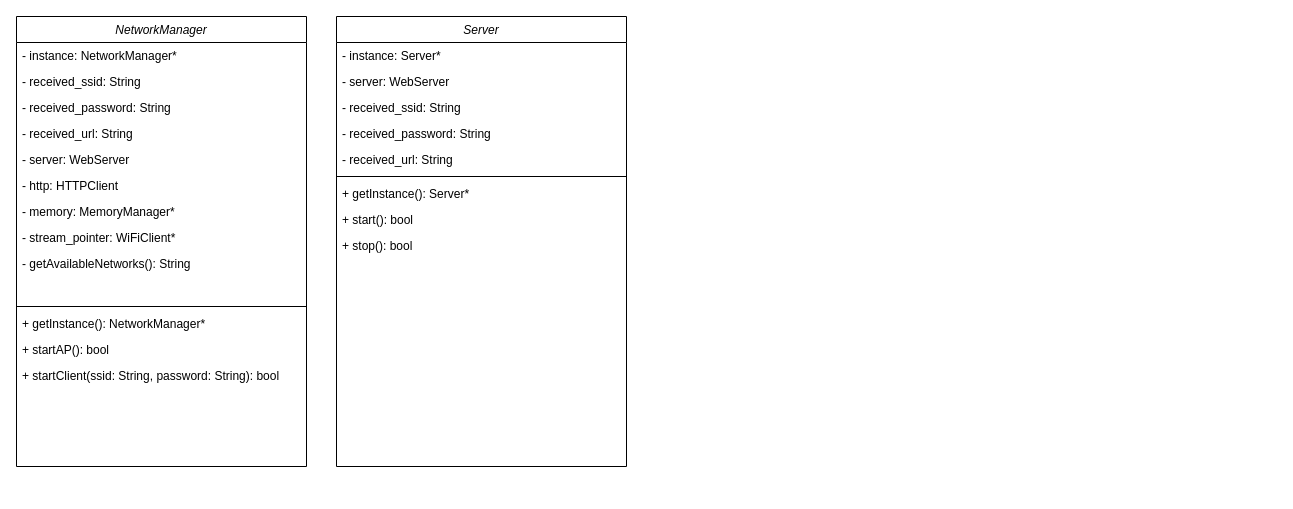
Before: Dokumente/Microcontroller_UML.drawio in nicolang-dev/DA_Lang-Immler, a draw.io diagram. Source tidied: cells renumbered, new cells numbered last; positions are measured from the earlier drawing's top-left corner, leaving out a move shared by most shapes. Both pictures are drawn from the tidied source at 100%, with x=0, y=0 at pixel (16, 16).
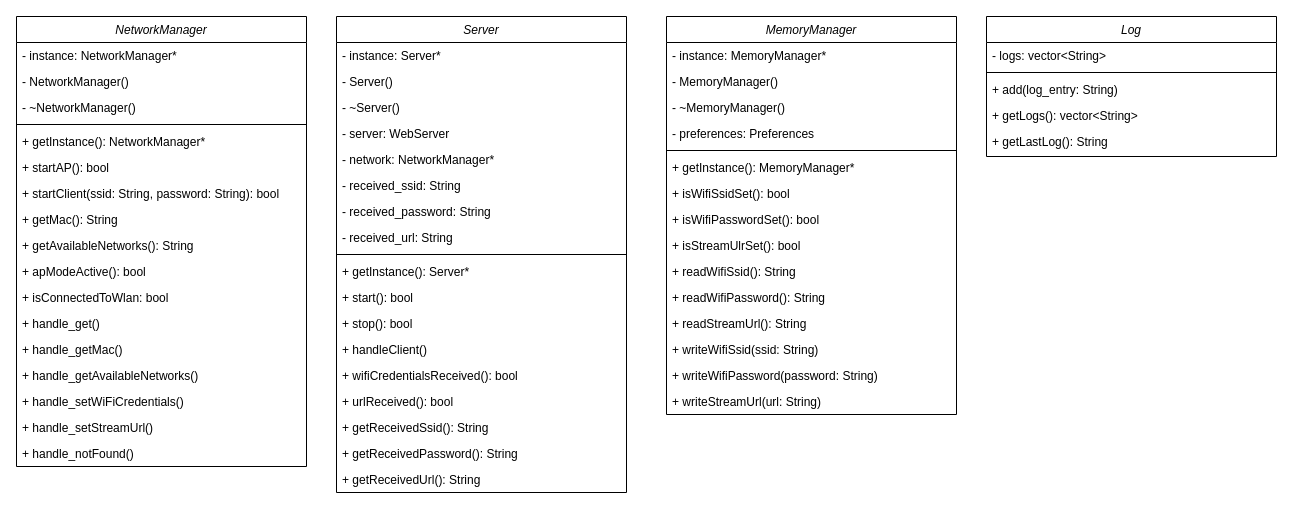
Above is the later version.

Unchanged cells that the change refers to:
```xml
<mxCell id="2" value="NetworkManager" style="swimlane;fontStyle=2;align=center;verticalAlign=top;horizontal=1;startSize=26;rounded=0;shadow=0;strokeWidth=1;" parent="1" vertex="1">
  <mxGeometry width="290" height="450" as="geometry" />
</mxCell>
```

Change to the diagram source:
```diff
@@
-    <mxCell id="4" value="- received_ssid: String" style="text;align=left;verticalAlign=top;spacingLeft=4;spacingRight=4;overflow=hidden;rounded=0;shadow=0;html=0;" parent="2" vertex="1">
-      <mxGeometry y="52" width="290" height="26" as="geometry" />
-    </mxCell>
-    <mxCell id="5" value="- received_password: String" style="text;align=left;verticalAlign=top;spacingLeft=4;spacingRight=4;overflow=hidden;rounded=0;shadow=0;html=0;" parent="2" vertex="1">
-      <mxGeometry y="78" width="290" height="26" as="geometry" />
-    </mxCell>
-    <mxCell id="6" value="- received_url: String" style="text;align=left;verticalAlign=top;spacingLeft=4;spacingRight=4;overflow=hidden;rounded=0;shadow=0;html=0;" parent="2" vertex="1">
-      <mxGeometry y="104" width="290" height="26" as="geometry" />
-    </mxCell>
-    <mxCell id="7" value="- server: WebServer" style="text;align=left;verticalAlign=top;spacingLeft=4;spacingRight=4;overflow=hidden;rounded=0;shadow=0;html=0;" parent="2" vertex="1">
-      <mxGeometry y="130" width="290" height="26" as="geometry" />
-    </mxCell>
-    <mxCell id="8" value="- http: HTTPClient" style="text;align=left;verticalAlign=top;spacingLeft=4;spacingRight=4;overflow=hidden;rounded=0;shadow=0;html=0;" parent="2" vertex="1">
-      <mxGeometry y="156" width="290" height="26" as="geometry" />
-    </mxCell>
-    <mxCell id="9" value="- memory: MemoryManager*" style="text;align=left;verticalAlign=top;spacingLeft=4;spacingRight=4;overflow=hidden;rounded=0;shadow=0;html=0;" parent="2" vertex="1">
-      <mxGeometry y="182" width="290" height="26" as="geometry" />
-    </mxCell>
-    <mxCell id="10" value="- stream_pointer: WiFiClient*" style="text;align=left;verticalAlign=top;spacingLeft=4;spacingRight=4;overflow=hidden;rounded=0;shadow=0;html=0;" parent="2" vertex="1">
-      <mxGeometry y="208" width="290" height="26" as="geometry" />
-    </mxCell>
-    <mxCell id="11" value="- getAvailableNetworks(): String" style="text;align=left;verticalAlign=top;spacingLeft=4;spacingRight=4;overflow=hidden;rounded=0;shadow=0;html=0;" parent="2" vertex="1">
-      <mxGeometry y="234" width="290" height="26" as="geometry" />
-    </mxCell>
-    <mxCell id="12" style="text;align=left;verticalAlign=top;spacingLeft=4;spacingRight=4;overflow=hidden;rounded=0;shadow=0;html=0;" parent="2" vertex="1">
-      <mxGeometry y="260" width="290" height="26" as="geometry" />
-    </mxCell>
+    <mxCell id="29" value="- NetworkManager()" style="text;align=left;verticalAlign=top;spacingLeft=4;spacingRight=4;overflow=hidden;rounded=0;shadow=0;html=0;" parent="2" vertex="1">
+      <mxGeometry y="52" width="290" height="26" as="geometry" />
+    </mxCell>
+    <mxCell id="30" value="- ~NetworkManager()" style="text;align=left;verticalAlign=top;spacingLeft=4;spacingRight=4;overflow=hidden;rounded=0;shadow=0;html=0;" parent="2" vertex="1">
+      <mxGeometry y="78" width="290" height="26" as="geometry" />
+    </mxCell>
     <mxCell id="13" style="line;html=1;strokeWidth=1;align=left;verticalAlign=middle;spacingTop=-1;spacingLeft=3;spacingRight=3;labelPosition=right;" parent="2" vertex="1">
-      <mxGeometry y="286" width="290" height="8" as="geometry" />
+      <mxGeometry y="104" width="290" height="8" as="geometry" />
     </mxCell>
     <mxCell id="14" value="+ getInstance(): NetworkManager*" style="text;align=left;verticalAlign=top;spacingLeft=4;spacingRight=4;overflow=hidden;" parent="2" vertex="1">
-      <mxGeometry y="294" width="290" height="26" as="geometry" />
+      <mxGeometry y="112" width="290" height="26" as="geometry" />
     </mxCell>
     <mxCell id="15" value="+ startAP(): bool" style="text;align=left;verticalAlign=top;spacingLeft=4;spacingRight=4;overflow=hidden;" parent="2" vertex="1">
-      <mxGeometry y="320" width="290" height="26" as="geometry" />
+      <mxGeometry y="138" width="290" height="26" as="geometry" />
     </mxCell>
     <mxCell id="16" value="+ startClient(ssid: String, password: String): bool" style="text;align=left;verticalAlign=top;spacingLeft=4;spacingRight=4;overflow=hidden;" parent="2" vertex="1">
-      <mxGeometry y="346" width="290" height="26" as="geometry" />
+      <mxGeometry y="164" width="290" height="26" as="geometry" />
     </mxCell>
-    <mxCell id="17" style="text;align=left;verticalAlign=top;spacingLeft=4;spacingRight=4;overflow=hidden;" parent="2" vertex="1">
-      <mxGeometry y="372" width="290" height="26" as="geometry" />
+    <mxCell id="17" value="+ getMac(): String" style="text;align=left;verticalAlign=top;spacingLeft=4;spacingRight=4;overflow=hidden;" parent="2" vertex="1">
+      <mxGeometry y="190" width="290" height="26" as="geometry" />
     </mxCell>
+    <mxCell id="31" value="+ getAvailableNetworks(): String" style="text;align=left;verticalAlign=top;spacingLeft=4;spacingRight=4;overflow=hidden;" parent="2" vertex="1">
+      <mxGeometry y="216" width="290" height="26" as="geometry" />
+    </mxCell>
+    <mxCell id="32" value="+ apModeActive(): bool" style="text;align=left;verticalAlign=top;spacingLeft=4;spacingRight=4;overflow=hidden;" parent="2" vertex="1">
+      <mxGeometry y="242" width="290" height="26" as="geometry" />
+    </mxCell>
+    <mxCell id="33" value="+ isConnectedToWlan: bool" style="text;align=left;verticalAlign=top;spacingLeft=4;spacingRight=4;overflow=hidden;" parent="2" vertex="1">
+      <mxGeometry y="268" width="290" height="26" as="geometry" />
+    </mxCell>
+    <mxCell id="34" value="+ handle_get()" style="text;align=left;verticalAlign=top;spacingLeft=4;spacingRight=4;overflow=hidden;" parent="2" vertex="1">
+      <mxGeometry y="294" width="290" height="26" as="geometry" />
+    </mxCell>
+    <mxCell id="35" value="+ handle_getMac()" style="text;align=left;verticalAlign=top;spacingLeft=4;spacingRight=4;overflow=hidden;" parent="2" vertex="1">
+      <mxGeometry y="320" width="290" height="26" as="geometry" />
+    </mxCell>
+    <mxCell id="36" value="+ handle_getAvailableNetworks()" style="text;align=left;verticalAlign=top;spacingLeft=4;spacingRight=4;overflow=hidden;" parent="2" vertex="1">
+      <mxGeometry y="346" width="290" height="26" as="geometry" />
+    </mxCell>
+    <mxCell id="37" value="+ handle_setWiFiCredentials()" style="text;align=left;verticalAlign=top;spacingLeft=4;spacingRight=4;overflow=hidden;" parent="2" vertex="1">
+      <mxGeometry y="372" width="290" height="26" as="geometry" />
+    </mxCell>
+    <mxCell id="38" value="+ handle_setStreamUrl()" style="text;align=left;verticalAlign=top;spacingLeft=4;spacingRight=4;overflow=hidden;" parent="2" vertex="1">
+      <mxGeometry y="398" width="290" height="26" as="geometry" />
+    </mxCell>
+    <mxCell id="39" value="+ handle_notFound()" style="text;align=left;verticalAlign=top;spacingLeft=4;spacingRight=4;overflow=hidden;" parent="2" vertex="1">
+      <mxGeometry y="424" width="290" height="26" as="geometry" />
+    </mxCell>
     <mxCell id="18" value="Server" style="swimlane;fontStyle=2;align=center;verticalAlign=top;horizontal=1;startSize=26;rounded=0;shadow=0;strokeWidth=1;" parent="1" vertex="1">
-      <mxGeometry x="320" width="290" height="450" as="geometry" />
+      <mxGeometry x="320" width="290" height="476" as="geometry" />
     </mxCell>
@@
+    <mxCell id="40" value="- Server()" style="text;align=left;verticalAlign=top;spacingLeft=4;spacingRight=4;overflow=hidden;rounded=0;shadow=0;html=0;" parent="18" vertex="1">
+      <mxGeometry y="52" width="290" height="26" as="geometry" />
+    </mxCell>
+    <mxCell id="41" value="- ~Server()" style="text;align=left;verticalAlign=top;spacingLeft=4;spacingRight=4;overflow=hidden;rounded=0;shadow=0;html=0;" parent="18" vertex="1">
+      <mxGeometry y="78" width="290" height="26" as="geometry" />
+    </mxCell>
     <mxCell id="20" value="- server: WebServer" style="text;align=left;verticalAlign=top;spacingLeft=4;spacingRight=4;overflow=hidden;rounded=0;shadow=0;html=0;" parent="18" vertex="1">
-      <mxGeometry y="52" width="290" height="26" as="geometry" />
+      <mxGeometry y="104" width="290" height="26" as="geometry" />
     </mxCell>
+    <mxCell id="42" value="- network: NetworkManager*" style="text;align=left;verticalAlign=top;spacingLeft=4;spacingRight=4;overflow=hidden;rounded=0;shadow=0;html=0;" parent="18" vertex="1">
+      <mxGeometry y="130" width="290" height="26" as="geometry" />
+    </mxCell>
     <mxCell id="21" value="- received_ssid: String" style="text;align=left;verticalAlign=top;spacingLeft=4;spacingRight=4;overflow=hidden;rounded=0;shadow=0;html=0;" parent="18" vertex="1">
-      <mxGeometry y="78" width="290" height="26" as="geometry" />
+      <mxGeometry y="156" width="290" height="26" as="geometry" />
     </mxCell>
     <mxCell id="22" value="- received_password: String" style="text;align=left;verticalAlign=top;spacingLeft=4;spacingRight=4;overflow=hidden;rounded=0;shadow=0;html=0;" parent="18" vertex="1">
-      <mxGeometry y="104" width="290" height="26" as="geometry" />
+      <mxGeometry y="182" width="290" height="26" as="geometry" />
     </mxCell>
     <mxCell id="23" value="- received_url: String" style="text;align=left;verticalAlign=top;spacingLeft=4;spacingRight=4;overflow=hidden;rounded=0;shadow=0;html=0;" parent="18" vertex="1">
-      <mxGeometry y="130" width="290" height="26" as="geometry" />
+      <mxGeometry y="208" width="290" height="26" as="geometry" />
     </mxCell>
     <mxCell id="24" style="line;html=1;strokeWidth=1;align=left;verticalAlign=middle;spacingTop=-1;spacingLeft=3;spacingRight=3;labelPosition=right;" parent="18" vertex="1">
-      <mxGeometry y="156" width="290" height="8" as="geometry" />
+      <mxGeometry y="234" width="290" height="8" as="geometry" />
     </mxCell>
     <mxCell id="25" value="+ getInstance(): Server*" style="text;align=left;verticalAlign=top;spacingLeft=4;spacingRight=4;overflow=hidden;" parent="18" vertex="1">
-      <mxGeometry y="164" width="290" height="26" as="geometry" />
+      <mxGeometry y="242" width="290" height="26" as="geometry" />
     </mxCell>
     <mxCell id="26" value="+ start(): bool" style="text;align=left;verticalAlign=top;spacingLeft=4;spacingRight=4;overflow=hidden;" parent="18" vertex="1">
-      <mxGeometry y="190" width="290" height="26" as="geometry" />
+      <mxGeometry y="268" width="290" height="26" as="geometry" />
     </mxCell>
     <mxCell id="27" value="+ stop(): bool" style="text;align=left;verticalAlign=top;spacingLeft=4;spacingRight=4;overflow=hidden;" parent="18" vertex="1">
-      <mxGeometry y="216" width="290" height="26" as="geometry" />
+      <mxGeometry y="294" width="290" height="26" as="geometry" />
     </mxCell>
-    <mxCell id="28" style="text;align=left;verticalAlign=top;spacingLeft=4;spacingRight=4;overflow=hidden;" parent="18" vertex="1">
-      <mxGeometry y="242" width="290" height="26" as="geometry" />
-    </mxCell>
+    <mxCell id="43" value="+ handleClient()" style="text;align=left;verticalAlign=top;spacingLeft=4;spacingRight=4;overflow=hidden;" parent="18" vertex="1">
+      <mxGeometry y="320" width="290" height="26" as="geometry" />
+    </mxCell>
+    <mxCell id="44" value="+ wifiCredentialsReceived(): bool" style="text;align=left;verticalAlign=top;spacingLeft=4;spacingRight=4;overflow=hidden;" parent="18" vertex="1">
+      <mxGeometry y="346" width="290" height="26" as="geometry" />
+    </mxCell>
+    <mxCell id="45" value="+ urlReceived(): bool" style="text;align=left;verticalAlign=top;spacingLeft=4;spacingRight=4;overflow=hidden;" parent="18" vertex="1">
+      <mxGeometry y="372" width="290" height="26" as="geometry" />
+    </mxCell>
+    <mxCell id="46" value="+ getReceivedSsid(): String" style="text;align=left;verticalAlign=top;spacingLeft=4;spacingRight=4;overflow=hidden;" parent="18" vertex="1">
+      <mxGeometry y="398" width="290" height="26" as="geometry" />
+    </mxCell>
+    <mxCell id="47" value="+ getReceivedPassword(): String" style="text;align=left;verticalAlign=top;spacingLeft=4;spacingRight=4;overflow=hidden;" parent="18" vertex="1">
+      <mxGeometry y="424" width="290" height="26" as="geometry" />
+    </mxCell>
+    <mxCell id="48" value="+ getReceivedUrl(): String" style="text;align=left;verticalAlign=top;spacingLeft=4;spacingRight=4;overflow=hidden;" parent="18" vertex="1">
+      <mxGeometry y="450" width="290" height="26" as="geometry" />
+    </mxCell>
+    <mxCell id="49" value="MemoryManager" style="swimlane;fontStyle=2;align=center;verticalAlign=top;horizontal=1;startSize=26;rounded=0;shadow=0;strokeWidth=1;" parent="1" vertex="1">
+      <mxGeometry x="650" width="290" height="398" as="geometry" />
+    </mxCell>
+    <mxCell id="50" value="- instance: MemoryManager*" style="text;align=left;verticalAlign=top;spacingLeft=4;spacingRight=4;overflow=hidden;rounded=0;shadow=0;html=0;" parent="49" vertex="1">
+      <mxGeometry y="26" width="290" height="26" as="geometry" />
+    </mxCell>
+    <mxCell id="51" value="- MemoryManager()" style="text;align=left;verticalAlign=top;spacingLeft=4;spacingRight=4;overflow=hidden;rounded=0;shadow=0;html=0;" parent="49" vertex="1">
+      <mxGeometry y="52" width="290" height="26" as="geometry" />
+    </mxCell>
+    <mxCell id="52" value="- ~MemoryManager()" style="text;align=left;verticalAlign=top;spacingLeft=4;spacingRight=4;overflow=hidden;rounded=0;shadow=0;html=0;" parent="49" vertex="1">
+      <mxGeometry y="78" width="290" height="26" as="geometry" />
+    </mxCell>
+    <mxCell id="53" value="- preferences: Preferences" style="text;align=left;verticalAlign=top;spacingLeft=4;spacingRight=4;overflow=hidden;rounded=0;shadow=0;html=0;" parent="49" vertex="1">
+      <mxGeometry y="104" width="290" height="26" as="geometry" />
+    </mxCell>
+    <mxCell id="54" style="line;html=1;strokeWidth=1;align=left;verticalAlign=middle;spacingTop=-1;spacingLeft=3;spacingRight=3;labelPosition=right;" parent="49" vertex="1">
+      <mxGeometry y="130" width="290" height="8" as="geometry" />
+    </mxCell>
+    <mxCell id="55" value="+ getInstance(): MemoryManager*" style="text;align=left;verticalAlign=top;spacingLeft=4;spacingRight=4;overflow=hidden;" parent="49" vertex="1">
+      <mxGeometry y="138" width="290" height="26" as="geometry" />
+    </mxCell>
+    <mxCell id="56" value="+ isWifiSsidSet(): bool" style="text;align=left;verticalAlign=top;spacingLeft=4;spacingRight=4;overflow=hidden;" parent="49" vertex="1">
+      <mxGeometry y="164" width="290" height="26" as="geometry" />
+    </mxCell>
+    <mxCell id="57" value="+ isWifiPasswordSet(): bool" style="text;align=left;verticalAlign=top;spacingLeft=4;spacingRight=4;overflow=hidden;" parent="49" vertex="1">
+      <mxGeometry y="190" width="290" height="26" as="geometry" />
+    </mxCell>
+    <mxCell id="58" value="+ isStreamUlrSet(): bool" style="text;align=left;verticalAlign=top;spacingLeft=4;spacingRight=4;overflow=hidden;" parent="49" vertex="1">
+      <mxGeometry y="216" width="290" height="26" as="geometry" />
+    </mxCell>
+    <mxCell id="59" value="+ readWifiSsid(): String" style="text;align=left;verticalAlign=top;spacingLeft=4;spacingRight=4;overflow=hidden;" parent="49" vertex="1">
+      <mxGeometry y="242" width="290" height="26" as="geometry" />
+    </mxCell>
+    <mxCell id="60" value="+ readWifiPassword(): String" style="text;align=left;verticalAlign=top;spacingLeft=4;spacingRight=4;overflow=hidden;" parent="49" vertex="1">
+      <mxGeometry y="268" width="290" height="26" as="geometry" />
+    </mxCell>
+    <mxCell id="61" value="+ readStreamUrl(): String" style="text;align=left;verticalAlign=top;spacingLeft=4;spacingRight=4;overflow=hidden;" parent="49" vertex="1">
+      <mxGeometry y="294" width="290" height="26" as="geometry" />
+    </mxCell>
+    <mxCell id="62" value="+ writeWifiSsid(ssid: String)" style="text;align=left;verticalAlign=top;spacingLeft=4;spacingRight=4;overflow=hidden;" parent="49" vertex="1">
+      <mxGeometry y="320" width="290" height="26" as="geometry" />
+    </mxCell>
+    <mxCell id="63" value="+ writeWifiPassword(password: String)" style="text;align=left;verticalAlign=top;spacingLeft=4;spacingRight=4;overflow=hidden;" parent="49" vertex="1">
+      <mxGeometry y="346" width="290" height="26" as="geometry" />
+    </mxCell>
+    <mxCell id="64" value="+ writeStreamUrl(url: String)" style="text;align=left;verticalAlign=top;spacingLeft=4;spacingRight=4;overflow=hidden;" parent="49" vertex="1">
+      <mxGeometry y="372" width="290" height="26" as="geometry" />
+    </mxCell>
+    <mxCell id="65" value="Log" style="swimlane;fontStyle=2;align=center;verticalAlign=top;horizontal=1;startSize=26;rounded=0;shadow=0;strokeWidth=1;" parent="1" vertex="1">
+      <mxGeometry x="970" width="290" height="140" as="geometry" />
+    </mxCell>
+    <mxCell id="66" value="- logs: vector&lt;String&gt;" style="text;align=left;verticalAlign=top;spacingLeft=4;spacingRight=4;overflow=hidden;rounded=0;shadow=0;html=0;" parent="65" vertex="1">
+      <mxGeometry y="26" width="290" height="26" as="geometry" />
+    </mxCell>
+    <mxCell id="67" style="line;html=1;strokeWidth=1;align=left;verticalAlign=middle;spacingTop=-1;spacingLeft=3;spacingRight=3;labelPosition=right;" parent="65" vertex="1">
+      <mxGeometry y="52" width="290" height="8" as="geometry" />
+    </mxCell>
+    <mxCell id="68" value="+ add(log_entry: String)" style="text;align=left;verticalAlign=top;spacingLeft=4;spacingRight=4;overflow=hidden;" parent="65" vertex="1">
+      <mxGeometry y="60" width="290" height="26" as="geometry" />
+    </mxCell>
+    <mxCell id="69" value="+ getLogs(): vector&lt;String&gt;" style="text;align=left;verticalAlign=top;spacingLeft=4;spacingRight=4;overflow=hidden;" parent="65" vertex="1">
+      <mxGeometry y="86" width="290" height="26" as="geometry" />
+    </mxCell>
+    <mxCell id="70" value="+ getLastLog(): String" style="text;align=left;verticalAlign=top;spacingLeft=4;spacingRight=4;overflow=hidden;" parent="65" vertex="1">
+      <mxGeometry y="112" width="290" height="26" as="geometry" />
+    </mxCell>
```
